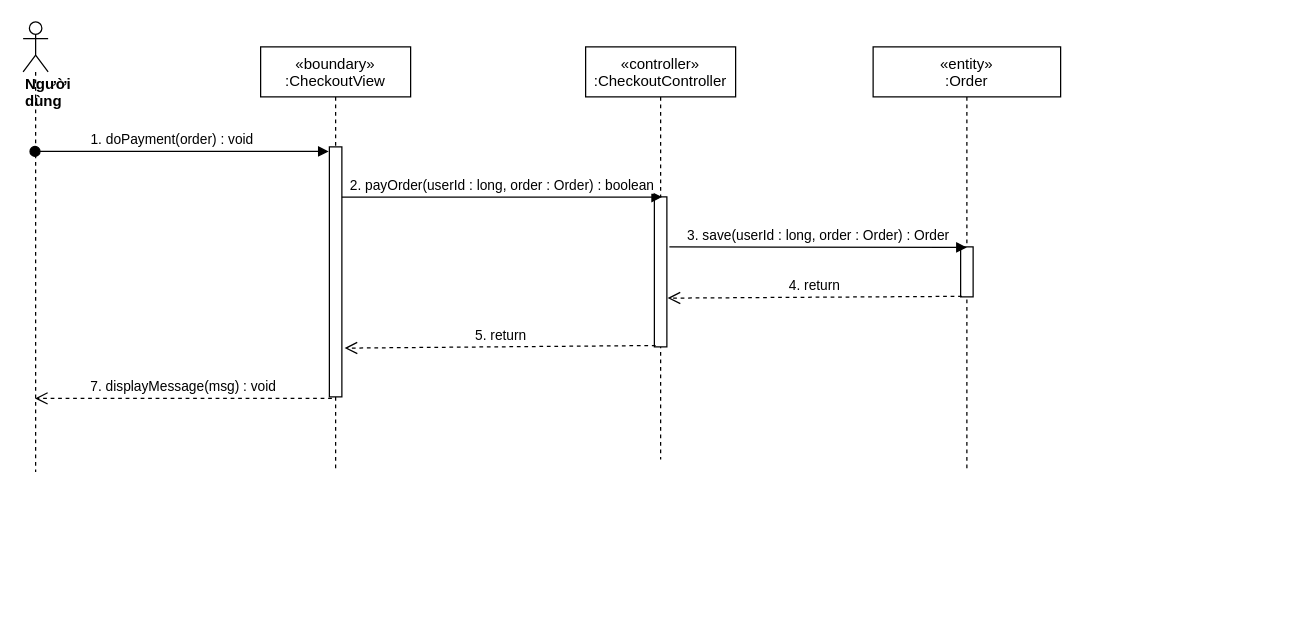
Earlier version of the draw.io diagram sequence diagram/checkout-sequence (1).drawio (nguyenphamvan/datn_20202). Source tidied: cells renumbered, new cells numbered last; positions are measured from the earlier drawing's top-left corner, leaving out a move shared by most shapes. Both pictures are drawn from the tidied source at 125%, with x=0, y=0 at pixel (22, 21).
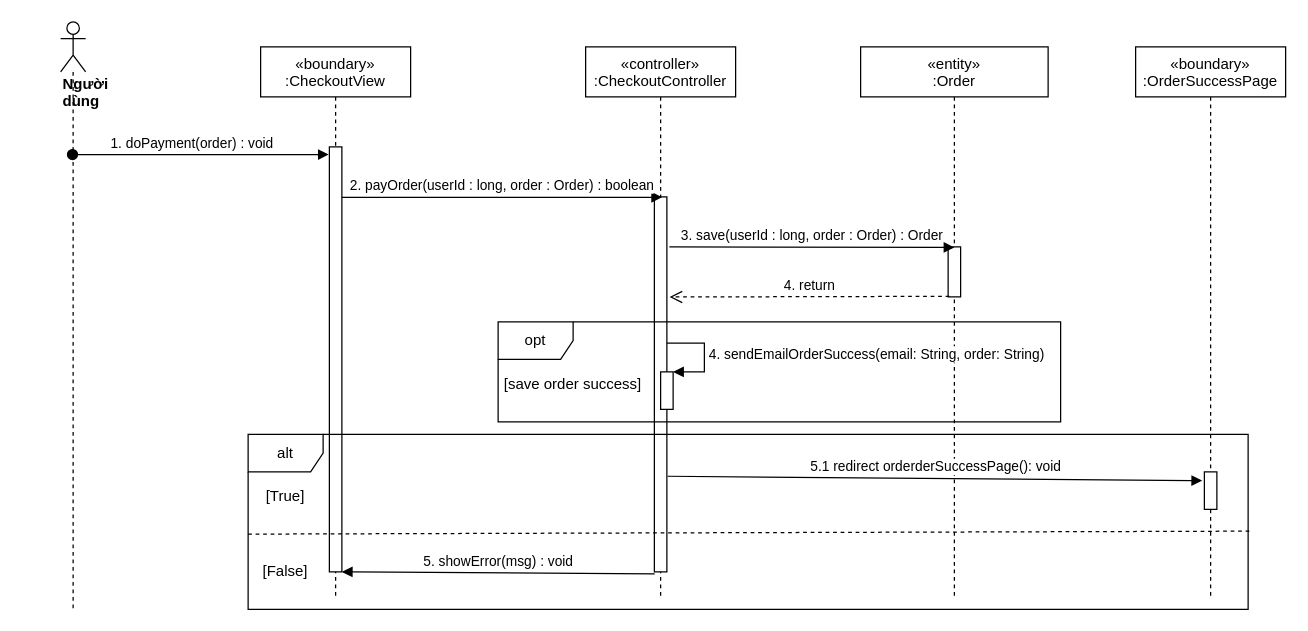
After the change.

Unchanged cells that the change refers to:
```xml
<mxCell id="10" style="points=[];perimeter=orthogonalPerimeter;rounded=0;shadow=0;strokeWidth=1;" parent="9" vertex="1">
  <mxGeometry x="70" y="160" width="10" height="40" as="geometry" />
</mxCell>
```

The edit, as a diff of the source:
```diff
@@
     <mxCell id="2" value="«boundary»&#10;:CheckoutView" style="shape=umlLifeline;perimeter=lifelinePerimeter;rounded=0;shadow=0;strokeWidth=1;" parent="1" vertex="1">
-      <mxGeometry x="190" y="20" width="120" height="340" as="geometry" />
+      <mxGeometry x="190" y="20" width="120" height="440" as="geometry" />
     </mxCell>
     <mxCell id="3" style="points=[];perimeter=orthogonalPerimeter;rounded=0;shadow=0;strokeWidth=1;" parent="2" vertex="1">
-      <mxGeometry x="55" y="80" width="10" height="200" as="geometry" />
+      <mxGeometry x="55" y="80" width="10" height="340" as="geometry" />
     </mxCell>
     <mxCell id="4" value="«controller»&#10;:CheckoutController" style="shape=umlLifeline;perimeter=lifelinePerimeter;rounded=0;shadow=0;strokeWidth=1;" parent="1" vertex="1">
-      <mxGeometry x="450" y="20" width="120" height="330" as="geometry" />
+      <mxGeometry x="450" y="20" width="120" height="440" as="geometry" />
     </mxCell>
     <mxCell id="5" style="points=[];perimeter=orthogonalPerimeter;rounded=0;shadow=0;strokeWidth=1;" parent="4" vertex="1">
-      <mxGeometry x="55" y="120" width="10" height="120" as="geometry" />
+      <mxGeometry x="55" y="120" width="10" height="300" as="geometry" />
     </mxCell>
     <mxCell id="6" value="&lt;div&gt;&lt;b&gt;Người dùng&lt;/b&gt;&lt;/div&gt;" style="shape=umlLifeline;participant=umlActor;perimeter=lifelinePerimeter;whiteSpace=wrap;html=1;verticalAlign=top;spacingTop=36;outlineConnect=0;align=left;" parent="1" vertex="1">
-      <mxGeometry width="20" height="360" as="geometry" />
+      <mxGeometry x="30" width="20" height="470" as="geometry" />
     </mxCell>
@@
     <mxCell id="9" value="«entity»&#10;:Order" style="shape=umlLifeline;perimeter=lifelinePerimeter;rounded=0;shadow=0;strokeWidth=1;" parent="1" vertex="1">
-      <mxGeometry x="680" y="20" width="150" height="340" as="geometry" />
+      <mxGeometry x="670" y="20" width="150" height="440" as="geometry" />
     </mxCell>
@@
-    <mxCell id="12" value="4. return" style="html=1;verticalAlign=bottom;endArrow=open;dashed=1;endSize=8;exitX=0.1;exitY=0.989;exitDx=0;exitDy=0;exitPerimeter=0;entryX=1.06;entryY=0.675;entryDx=0;entryDy=0;entryPerimeter=0;" parent="1" edge="1" source="10" target="5">
+    <mxCell id="12" value="4. return" style="html=1;verticalAlign=bottom;endArrow=open;dashed=1;endSize=8;exitX=0.1;exitY=0.989;exitDx=0;exitDy=0;exitPerimeter=0;entryX=1.22;entryY=0.267;entryDx=0;entryDy=0;entryPerimeter=0;" parent="1" edge="1" source="10" target="5">
       <mxGeometry relative="1" as="geometry" />
     </mxCell>
-    <mxCell id="13" value="7. displayMessage(msg) : void" style="html=1;verticalAlign=bottom;endArrow=open;dashed=1;endSize=8;exitX=0.2;exitY=1.006;exitDx=0;exitDy=0;exitPerimeter=0;" parent="1" edge="1" source="3" target="6">
-      <mxGeometry relative="1" as="geometry" />
-    </mxCell>
-    <mxCell id="14" value="5. return" style="html=1;verticalAlign=bottom;endArrow=open;dashed=1;endSize=8;exitX=0.1;exitY=0.991;exitDx=0;exitDy=0;exitPerimeter=0;entryX=1.22;entryY=0.805;entryDx=0;entryDy=0;entryPerimeter=0;" parent="1" edge="1" source="5" target="3">
+    <mxCell id="14" value="5. showError(msg) : void" style="html=1;verticalAlign=bottom;endArrow=block;exitX=0.02;exitY=1.005;exitDx=0;exitDy=0;exitPerimeter=0;" parent="1" edge="1" source="5" target="3">
       <mxGeometry relative="1" as="geometry" />
     </mxCell>
+    <mxCell id="15" style="html=1;points=[];perimeter=orthogonalPerimeter;" parent="1" vertex="1">
+      <mxGeometry x="510" y="280" width="10" height="30" as="geometry" />
+    </mxCell>
+    <mxCell id="16" value="4. sendEmailOrderSuccess(email: String, order: String)" style="edgeStyle=orthogonalEdgeStyle;html=1;align=left;spacingLeft=2;endArrow=block;rounded=0;entryX=1;entryY=0;" parent="1" edge="1" target="15">
+      <mxGeometry relative="1" as="geometry">
+        <mxPoint x="515" y="257" as="sourcePoint" />
+        <Array as="points">
+          <mxPoint x="545" y="257" />
+          <mxPoint x="545" y="280" />
+        </Array>
+      </mxGeometry>
+    </mxCell>
+    <mxCell id="17" value="opt" style="shape=umlFrame;whiteSpace=wrap;html=1;" parent="1" vertex="1">
+      <mxGeometry x="380" y="240" width="450" height="80" as="geometry" />
+    </mxCell>
+    <mxCell id="18" value="[save order success]" style="text;html=1;strokeColor=none;fillColor=none;align=center;verticalAlign=middle;whiteSpace=wrap;rounded=0;" parent="1" vertex="1">
+      <mxGeometry x="380" y="280" width="120" height="20" as="geometry" />
+    </mxCell>
+    <mxCell id="19" value="alt" style="shape=umlFrame;whiteSpace=wrap;html=1;" parent="1" vertex="1">
+      <mxGeometry x="180" y="330" width="800" height="140" as="geometry" />
+    </mxCell>
+    <mxCell id="20" value="«boundary»&#10;:OrderSuccessPage" style="shape=umlLifeline;perimeter=lifelinePerimeter;rounded=0;shadow=0;strokeWidth=1;" parent="1" vertex="1">
+      <mxGeometry x="890" y="20" width="120" height="440" as="geometry" />
+    </mxCell>
+    <mxCell id="21" style="points=[];perimeter=orthogonalPerimeter;rounded=0;shadow=0;strokeWidth=1;" parent="20" vertex="1">
+      <mxGeometry x="55" y="340" width="10" height="30" as="geometry" />
+    </mxCell>
+    <mxCell id="22" value="5.1 redirect orderderSuccessPage(): void" style="html=1;verticalAlign=bottom;endArrow=block;entryX=-0.18;entryY=0.233;entryDx=0;entryDy=0;entryPerimeter=0;exitX=1.06;exitY=0.745;exitDx=0;exitDy=0;exitPerimeter=0;" parent="1" edge="1" source="5" target="21">
+      <mxGeometry relative="1" as="geometry" />
+    </mxCell>
+    <mxCell id="23" style="endArrow=none;dashed=1;html=1;entryX=1.004;entryY=0.553;entryDx=0;entryDy=0;entryPerimeter=0;exitX=0;exitY=0.57;exitDx=0;exitDy=0;exitPerimeter=0;" parent="1" edge="1" source="19" target="19">
+      <mxGeometry relative="1" as="geometry" />
+    </mxCell>
+    <mxCell id="24" value="[True]" style="text;html=1;strokeColor=none;fillColor=none;align=center;verticalAlign=middle;whiteSpace=wrap;rounded=0;" parent="1" vertex="1">
+      <mxGeometry x="190" y="370" width="40" height="20" as="geometry" />
+    </mxCell>
+    <mxCell id="25" value="[False]" style="text;html=1;strokeColor=none;fillColor=none;align=center;verticalAlign=middle;whiteSpace=wrap;rounded=0;" parent="1" vertex="1">
+      <mxGeometry x="190" y="430" width="40" height="20" as="geometry" />
+    </mxCell>
```
